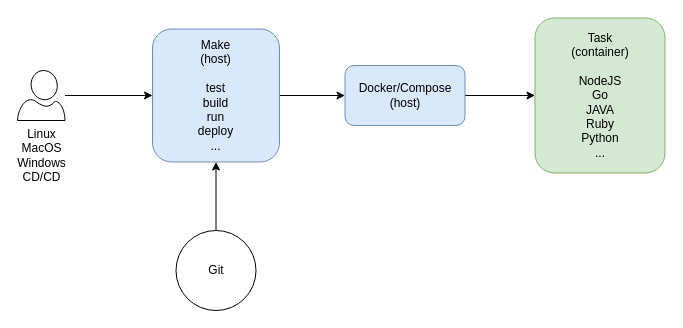
Earlier version of the draw.io diagram page "overview" (1 of 8) of diagrams.drawio (flemay/3musketeers). Source tidied: cells renumbered, new cells numbered last; positions are measured from the earlier drawing's top-left corner, leaving out a move shared by most shapes. Both pictures are drawn from the tidied source at 100%, with x=0, y=0 at pixel (17, 18).
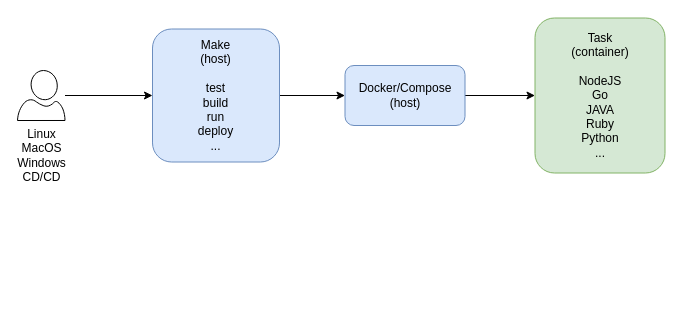
After the change.

Commit message (it also covers changes not shown here):
update overview diagram

Diff of the diagram source:
```diff
@@
 <mxGraphModel>
   <root>
     <mxCell id="0" />
     <mxCell id="1" parent="0" />
     <mxCell id="2" style="edgeStyle=orthogonalEdgeStyle;rounded=0;jettySize=auto;html=1;" parent="1" edge="1" source="3" target="6">
       <mxGeometry relative="1" as="geometry" />
     </mxCell>
     <mxCell id="3" value="Docker/Compose&lt;br&gt;(host)&lt;br&gt;" style="rounded=1;whiteSpace=wrap;html=1;fillColor=#dae8fc;strokeColor=#6c8ebf;" parent="1" vertex="1">
       <mxGeometry x="327.5" y="47" width="120" height="60" as="geometry" />
     </mxCell>
     <mxCell id="4" style="edgeStyle=orthogonalEdgeStyle;rounded=0;jettySize=auto;html=1;entryX=0;entryY=0.5;entryDx=0;entryDy=0;" parent="1" edge="1" source="5" target="3">
       <mxGeometry relative="1" as="geometry" />
     </mxCell>
     <mxCell id="5" value="Make&lt;br&gt;(host)&lt;br&gt;&lt;br&gt;test&lt;br&gt;build&lt;br&gt;run&lt;br&gt;deploy&lt;br&gt;...&lt;br&gt;" style="rounded=1;whiteSpace=wrap;html=1;fillColor=#dae8fc;strokeColor=#6c8ebf;" parent="1" vertex="1">
       <mxGeometry x="135" y="10.5" width="127" height="133" as="geometry" />
     </mxCell>
     <mxCell id="6" value="Task&lt;br&gt;(container)&lt;br&gt;&lt;br&gt;NodeJS&lt;br&gt;Go&lt;br&gt;JAVA&lt;br&gt;Ruby&lt;br&gt;Python&lt;br&gt;...&lt;br&gt;" style="rounded=1;whiteSpace=wrap;html=1;fillColor=#d5e8d4;strokeColor=#82b366;" parent="1" vertex="1">
       <mxGeometry x="517.5" y="-0.5" width="130" height="155" as="geometry" />
     </mxCell>
     <mxCell id="7" style="edgeStyle=orthogonalEdgeStyle;rounded=0;jettySize=auto;html=1;" parent="1" edge="1" source="8" target="5">
       <mxGeometry relative="1" as="geometry" />
     </mxCell>
     <mxCell id="8" value="Linux&lt;br&gt;MacOS&lt;br&gt;Windows&lt;br&gt;CD/CD&lt;br&gt;" style="verticalLabelPosition=bottom;html=1;verticalAlign=top;align=center;shape=mxgraph.azure.user;" parent="1" vertex="1">
       <mxGeometry y="52" width="47.5" height="50" as="geometry" />
     </mxCell>
-    <mxCell id="9" style="edgeStyle=orthogonalEdgeStyle;rounded=0;jettySize=auto;html=1;entryX=0.5;entryY=1;entryDx=0;entryDy=0;" parent="1" edge="1" source="10" target="5">
-      <mxGeometry relative="1" as="geometry" />
-    </mxCell>
-    <mxCell id="10" value="Git&lt;br&gt;" style="ellipse;whiteSpace=wrap;html=1;" parent="1" vertex="1">
-      <mxGeometry x="158.5" y="212" width="80" height="80" as="geometry" />
-    </mxCell>
   </root>
 </mxGraphModel>
```
